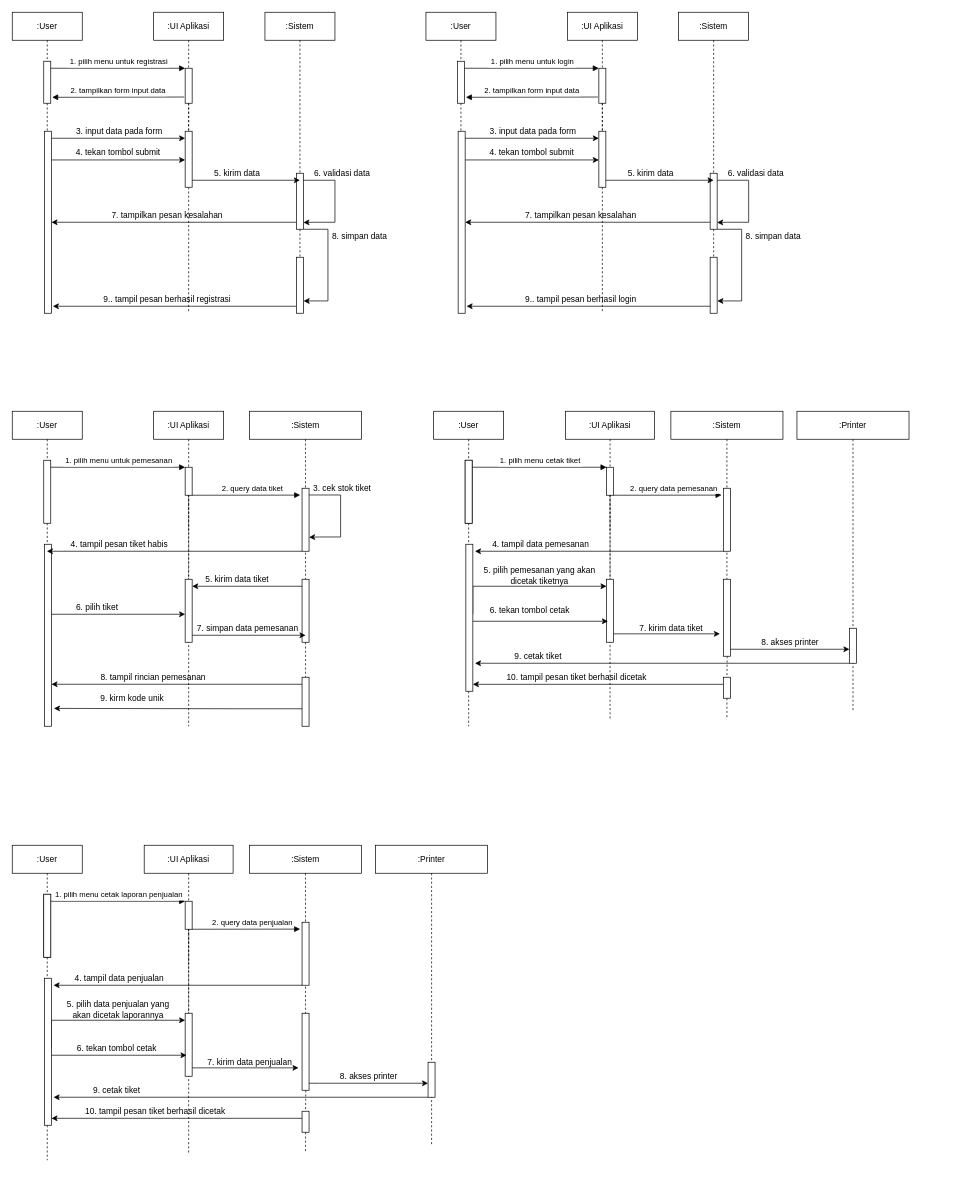
ricky3knowhere/IF214002 keeps this draw.io diagram as sequenceDiagram.drawio. Above is the earlier version. Source tidied: cells renumbered, new cells numbered last; positions are measured from the earlier drawing's top-left corner, leaving out a move shared by most shapes. Both pictures are drawn from the tidied source at 70%, with x=0, y=0 at pixel (12, 12).
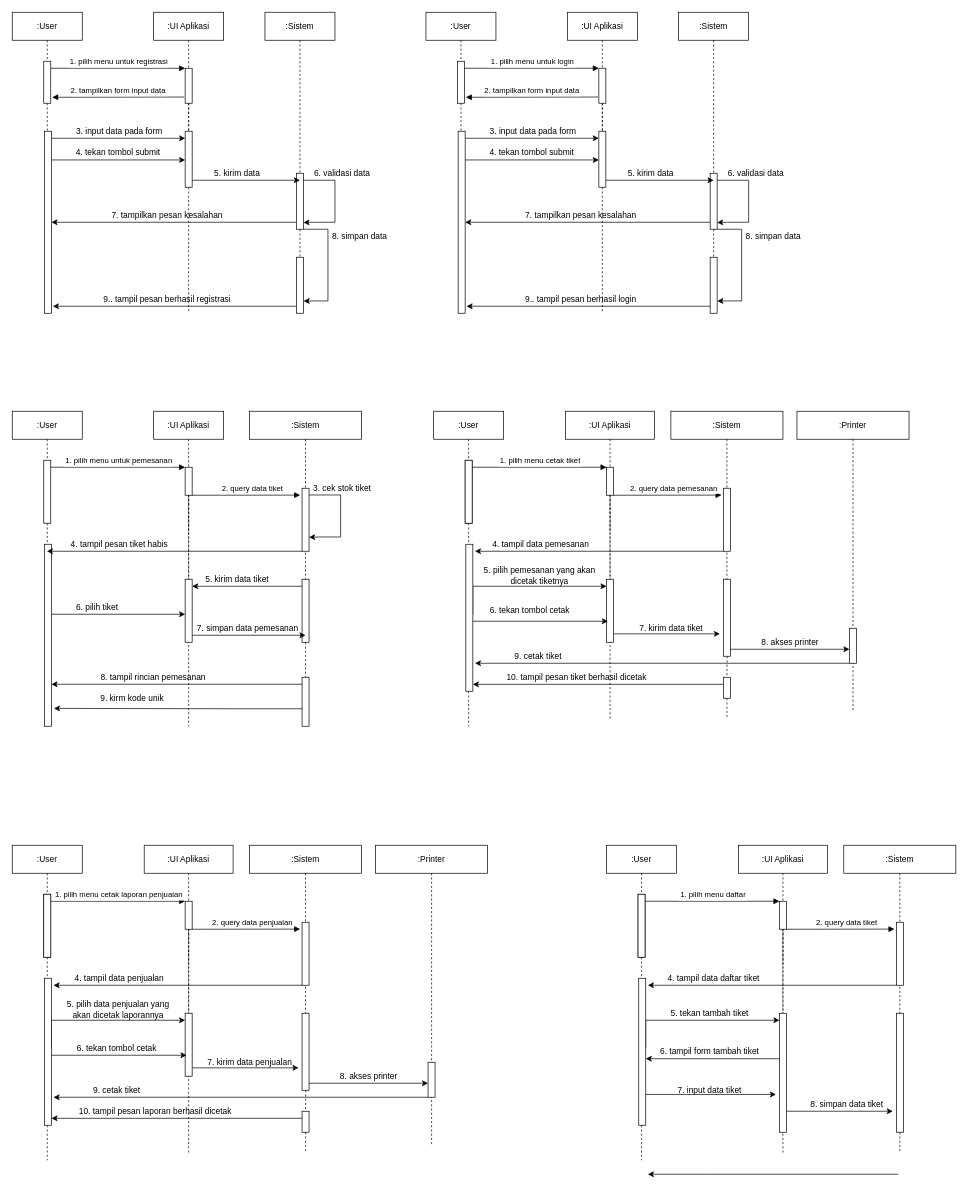
The same diagram, later.

Change to the diagram source:
```diff
@@
-    <mxCell id="150" value="10. tampil pesan tiket berhasil dicetak" style="text;html=1;align=center;verticalAlign=middle;strokeColor=none;fillColor=none;" parent="1" vertex="1">
-      <mxGeometry x="94" y="1560" width="220" height="20" as="geometry" />
+    <mxCell id="150" value="10. tampil pesan laporan berhasil dicetak" style="text;html=1;align=center;verticalAlign=middle;strokeColor=none;fillColor=none;" parent="1" vertex="1">
+      <mxGeometry x="89" y="1560" width="230" height="20" as="geometry" />
     </mxCell>
@@
+    <mxCell id="153" style="edgeStyle=orthogonalEdgeStyle;rounded=0;orthogonalLoop=1;jettySize=auto;html=1;endArrow=none;endFill=0;dashed=1;" parent="1" edge="1">
+      <mxGeometry relative="1" as="geometry">
+        <mxPoint x="1268" y="1480" as="sourcePoint" />
+        <mxPoint x="1268" y="1570" as="targetPoint" />
+      </mxGeometry>
+    </mxCell>
+    <mxCell id="154" style="edgeStyle=orthogonalEdgeStyle;rounded=0;orthogonalLoop=1;jettySize=auto;html=1;endArrow=none;endFill=0;dashed=1;startArrow=none;" parent="1" edge="1">
+      <mxGeometry relative="1" as="geometry">
+        <mxPoint x="1268" y="1600" as="sourcePoint" />
+        <mxPoint x="1268" y="1630" as="targetPoint" />
+      </mxGeometry>
+    </mxCell>
+    <mxCell id="155" value=":UI Aplikasi" style="shape=umlLifeline;perimeter=lifelinePerimeter;rounded=0;shadow=0;strokeWidth=1;" parent="1" vertex="1">
+      <mxGeometry x="1037.5" y="1190" width="127" height="440" as="geometry" />
+    </mxCell>
+    <mxCell id="156" style="edgeStyle=orthogonalEdgeStyle;rounded=0;orthogonalLoop=1;jettySize=auto;html=1;endArrow=classic;endFill=1;" parent="155" edge="1">
+      <mxGeometry relative="1" as="geometry">
+        <mxPoint x="50" y="240" as="targetPoint" />
+      </mxGeometry>
+    </mxCell>
+    <mxCell id="157" style="points=[];perimeter=orthogonalPerimeter;rounded=0;shadow=0;strokeWidth=1;" parent="1" vertex="1">
+      <mxGeometry x="894" y="1260" width="10" height="90" as="geometry" />
+    </mxCell>
+    <mxCell id="158" style="points=[];perimeter=orthogonalPerimeter;rounded=0;shadow=0;strokeWidth=1;" parent="1" vertex="1">
+      <mxGeometry x="1096" y="1270" width="10" height="40" as="geometry" />
+    </mxCell>
+    <mxCell id="159" style="edgeStyle=orthogonalEdgeStyle;rounded=0;jettySize=auto;html=1;dashed=1;endArrow=none;endFill=0;" parent="1" edge="1" source="158">
+      <mxGeometry relative="1" as="geometry">
+        <mxPoint x="1101" y="1360" as="targetPoint" />
+      </mxGeometry>
+    </mxCell>
+    <mxCell id="160" style="edgeStyle=orthogonalEdgeStyle;rounded=0;jettySize=auto;html=1;endArrow=classic;endFill=1;" parent="1" edge="1" source="162">
+      <mxGeometry relative="1" as="geometry">
+        <mxPoint x="1258" y="1570" as="targetPoint" />
+        <Array as="points">
+          <mxPoint x="1101" y="1570" />
+          <mxPoint x="1258" y="1570" />
+        </Array>
+      </mxGeometry>
+    </mxCell>
+    <mxCell id="161" style="edgeStyle=orthogonalEdgeStyle;rounded=0;jettySize=auto;html=1;endArrow=classic;endFill=1;" parent="1" edge="1" source="162" target="176">
+      <mxGeometry relative="1" as="geometry">
+        <Array as="points">
+          <mxPoint x="961" y="1495" />
+          <mxPoint x="961" y="1495" />
+        </Array>
+      </mxGeometry>
+    </mxCell>
+    <mxCell id="162" style="points=[];perimeter=orthogonalPerimeter;rounded=0;shadow=0;strokeWidth=1;" parent="1" vertex="1">
+      <mxGeometry x="1096" y="1430" width="10" height="170" as="geometry" />
+    </mxCell>
+    <mxCell id="163" style="edgeStyle=orthogonalEdgeStyle;rounded=0;jettySize=auto;html=1;endArrow=none;endFill=0;dashed=1;" parent="1" edge="1" source="158" target="162">
+      <mxGeometry relative="1" as="geometry" />
+    </mxCell>
+    <mxCell id="164" value=" 1. pilih menu daftar" style="verticalAlign=bottom;endArrow=block;entryX=0;entryY=0;shadow=0;strokeWidth=1;" parent="1" edge="1" source="157" target="158">
+      <mxGeometry relative="1" as="geometry" />
+    </mxCell>
+    <mxCell id="165" value="2. query data tiket" style="verticalAlign=bottom;endArrow=block;shadow=0;strokeWidth=1;entryX=-0.267;entryY=0.109;entryDx=0;entryDy=0;entryPerimeter=0;" parent="1" edge="1" target="169">
+      <mxGeometry x="0.13" relative="1" as="geometry">
+        <mxPoint x="1105.5" y="1310" as="sourcePoint" />
+      </mxGeometry>
+    </mxCell>
+    <mxCell id="166" value=":Sistem" style="shape=umlLifeline;perimeter=lifelinePerimeter;rounded=0;shadow=0;strokeWidth=1;" parent="1" vertex="1">
+      <mxGeometry x="1187.9" y="1190" width="160.1" height="310" as="geometry" />
+    </mxCell>
+    <mxCell id="167" value="&amp;nbsp;4. tampil data daftar tiket" style="text;html=1;align=center;verticalAlign=middle;strokeColor=none;fillColor=none;" parent="1" vertex="1">
+      <mxGeometry x="925" y="1370" width="150" height="20" as="geometry" />
+    </mxCell>
+    <mxCell id="168" style="edgeStyle=orthogonalEdgeStyle;rounded=0;jettySize=auto;html=1;endArrow=classic;endFill=1;" parent="1" edge="1" source="169">
+      <mxGeometry relative="1" as="geometry">
+        <mxPoint x="908" y="1390" as="targetPoint" />
+        <Array as="points">
+          <mxPoint x="1030" y="1390" />
+          <mxPoint x="1030" y="1390" />
+        </Array>
+      </mxGeometry>
+    </mxCell>
+    <mxCell id="169" style="points=[];perimeter=orthogonalPerimeter;rounded=0;shadow=0;strokeWidth=1;" parent="1" vertex="1">
+      <mxGeometry x="1263" y="1300" width="10" height="90" as="geometry" />
+    </mxCell>
+    <mxCell id="170" style="perimeter=orthogonalPerimeter;rounded=0;shadow=0;strokeWidth=1;" parent="1" vertex="1">
+      <mxGeometry x="1263" y="1430" width="10" height="170" as="geometry" />
+    </mxCell>
+    <mxCell id="171" style="edgeStyle=orthogonalEdgeStyle;rounded=0;jettySize=auto;html=1;endArrow=classic;endFill=1;" parent="1" edge="1" target="162">
+      <mxGeometry relative="1" as="geometry">
+        <mxPoint x="905" y="1480.1" as="sourcePoint" />
+        <Array as="points">
+          <mxPoint x="905" y="1440" />
+        </Array>
+      </mxGeometry>
+    </mxCell>
+    <mxCell id="172" value="&lt;div&gt;5. tekan tambah tiket&lt;br&gt;&lt;/div&gt;" style="text;html=1;align=center;verticalAlign=middle;strokeColor=none;fillColor=none;" parent="1" vertex="1">
+      <mxGeometry x="931" y="1420" width="130" height="20" as="geometry" />
+    </mxCell>
+    <mxCell id="173" style="edgeStyle=orthogonalEdgeStyle;rounded=0;orthogonalLoop=1;jettySize=auto;html=1;endArrow=classic;endFill=1;" parent="1" edge="1">
+      <mxGeometry relative="1" as="geometry">
+        <mxPoint x="1266" y="1660" as="sourcePoint" />
+        <mxPoint x="908" y="1660" as="targetPoint" />
+        <Array as="points">
+          <mxPoint x="993" y="1659.9" />
+          <mxPoint x="993" y="1659.9" />
+        </Array>
+      </mxGeometry>
+    </mxCell>
+    <mxCell id="174" value=":User" style="shape=umlLifeline;perimeter=lifelinePerimeter;rounded=0;shadow=0;strokeWidth=1;" parent="1" vertex="1">
+      <mxGeometry x="849" y="1190" width="100" height="450" as="geometry" />
+    </mxCell>
+    <mxCell id="175" style="perimeter=orthogonalPerimeter;rounded=0;shadow=0;strokeWidth=1;" parent="174" vertex="1">
+      <mxGeometry x="45" y="70" width="10" height="90" as="geometry" />
+    </mxCell>
+    <mxCell id="176" style="points=[];perimeter=orthogonalPerimeter;rounded=0;shadow=0;strokeWidth=1;" parent="174" vertex="1">
+      <mxGeometry x="46" y="190" width="10" height="210" as="geometry" />
+    </mxCell>
+    <mxCell id="177" value="6. tampil form tambah tiket" style="text;html=1;align=center;verticalAlign=middle;strokeColor=none;fillColor=none;" parent="1" vertex="1">
+      <mxGeometry x="916" y="1475" width="160" height="20" as="geometry" />
+    </mxCell>
+    <mxCell id="178" value="8. simpan data tiket" style="text;html=1;align=center;verticalAlign=middle;strokeColor=none;fillColor=none;" parent="1" vertex="1">
+      <mxGeometry x="1132" y="1550" width="120" height="20" as="geometry" />
+    </mxCell>
+    <mxCell id="179" style="edgeStyle=orthogonalEdgeStyle;rounded=0;jettySize=auto;html=1;endArrow=classic;endFill=1;" parent="1" edge="1" source="176">
+      <mxGeometry relative="1" as="geometry">
+        <mxPoint x="1091" y="1546" as="targetPoint" />
+        <Array as="points">
+          <mxPoint x="951" y="1546" />
+          <mxPoint x="951" y="1546" />
+        </Array>
+      </mxGeometry>
+    </mxCell>
+    <mxCell id="180" value="7. input data tiket" style="text;html=1;align=center;verticalAlign=middle;strokeColor=none;fillColor=none;" parent="1" vertex="1">
+      <mxGeometry x="940.9" y="1530" width="110" height="20" as="geometry" />
+    </mxCell>
```
